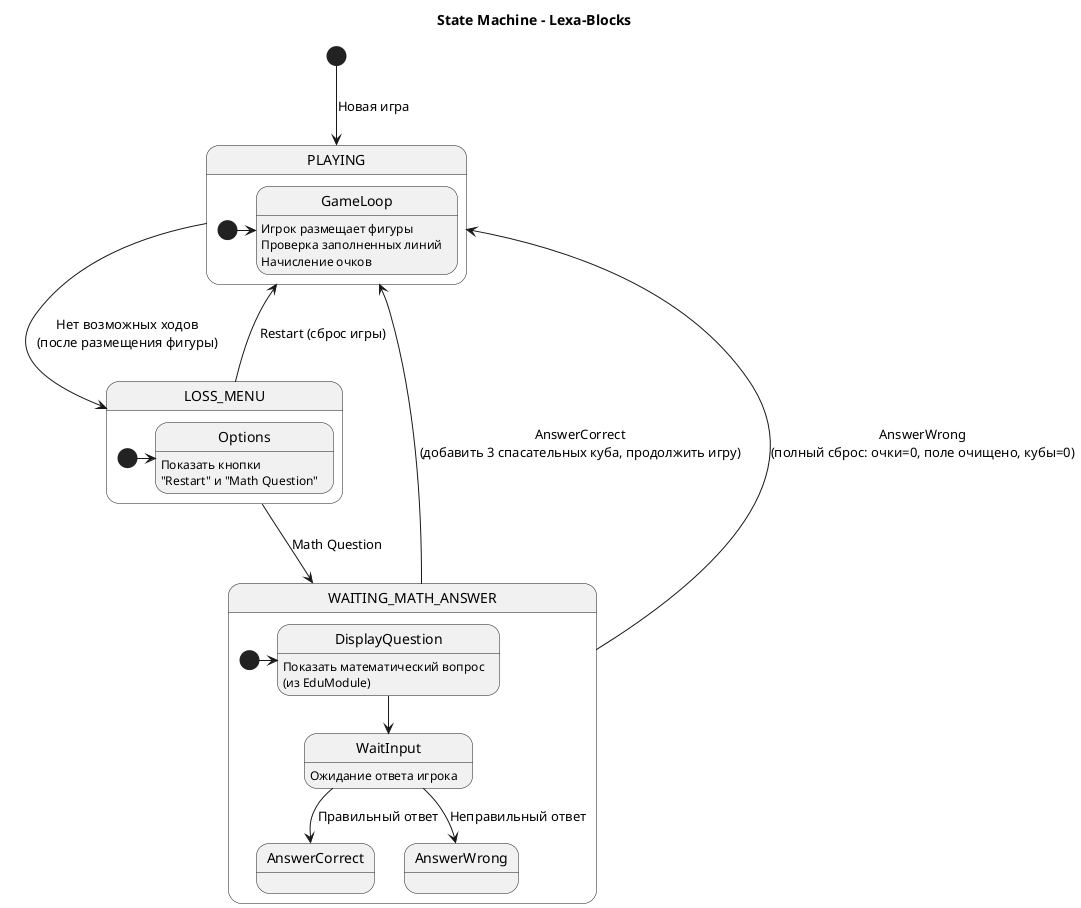
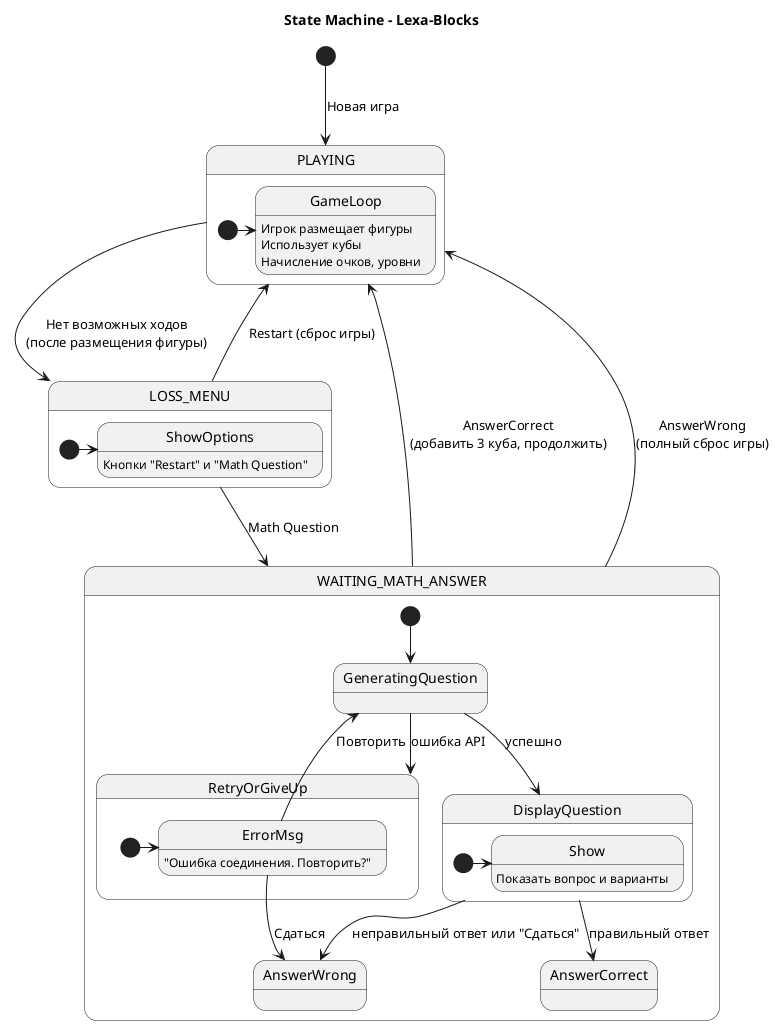
@startuml
- title State Machine – Lexa-Blocks
+ title State Machine - Lexa-Blocks

[*] --> PLAYING : Новая игра

state PLAYING {
    [*] -> GameLoop
-     GameLoop : Игрок размещает фигуры\nПроверка заполненных линий\nНачисление очков
+     GameLoop : Игрок размещает фигуры\nИспользует кубы\nНачисление очков, уровни
}

PLAYING --> LOSS_MENU : Нет возможных ходов\n(после размещения фигуры)

state LOSS_MENU {
-     [*] -> Options
-     Options : Показать кнопки\n"Restart" и "Math Question"
+     [*] -> ShowOptions
+     ShowOptions : Кнопки "Restart" и "Math Question"
}

LOSS_MENU --> PLAYING : Restart (сброс игры)
LOSS_MENU --> WAITING_MATH_ANSWER : Math Question

state WAITING_MATH_ANSWER {
-     [*] -> DisplayQuestion
-     DisplayQuestion : Показать математический вопрос\n(из EduModule)
-     DisplayQuestion --> WaitInput
-     WaitInput : Ожидание ответа игрока
-     WaitInput --> AnswerCorrect : Правильный ответ
-     WaitInput --> AnswerWrong : Неправильный ответ
+     [*] --> GeneratingQuestion
+     GeneratingQuestion --> DisplayQuestion : успешно
+     GeneratingQuestion --> RetryOrGiveUp : ошибка API
+ 
+     state DisplayQuestion {
+         [*] -> Show
+         Show : Показать вопрос и варианты
+     }
+ 
+     DisplayQuestion --> AnswerCorrect : правильный ответ
+     DisplayQuestion --> AnswerWrong : неправильный ответ или "Сдаться"
+ 
+     state RetryOrGiveUp {
+         [*] -> ErrorMsg
+         ErrorMsg : "Ошибка соединения. Повторить?"
+         ErrorMsg --> GeneratingQuestion : Повторить
+         ErrorMsg --> AnswerWrong : Сдаться
+     }
}

- WAITING_MATH_ANSWER --> PLAYING : AnswerCorrect\n(добавить 3 спасательных куба, продолжить игру)
- WAITING_MATH_ANSWER --> PLAYING : AnswerWrong\n(полный сброс: очки=0, поле очищено, кубы=0)
+ WAITING_MATH_ANSWER --> PLAYING : AnswerCorrect\n(добавить 3 куба, продолжить)
+ WAITING_MATH_ANSWER --> PLAYING : AnswerWrong\n(полный сброс игры)

- ' TODO: уточнить, есть ли таймаут на ответ, можно ли отказаться от вопроса и перезапуститься
@enduml
